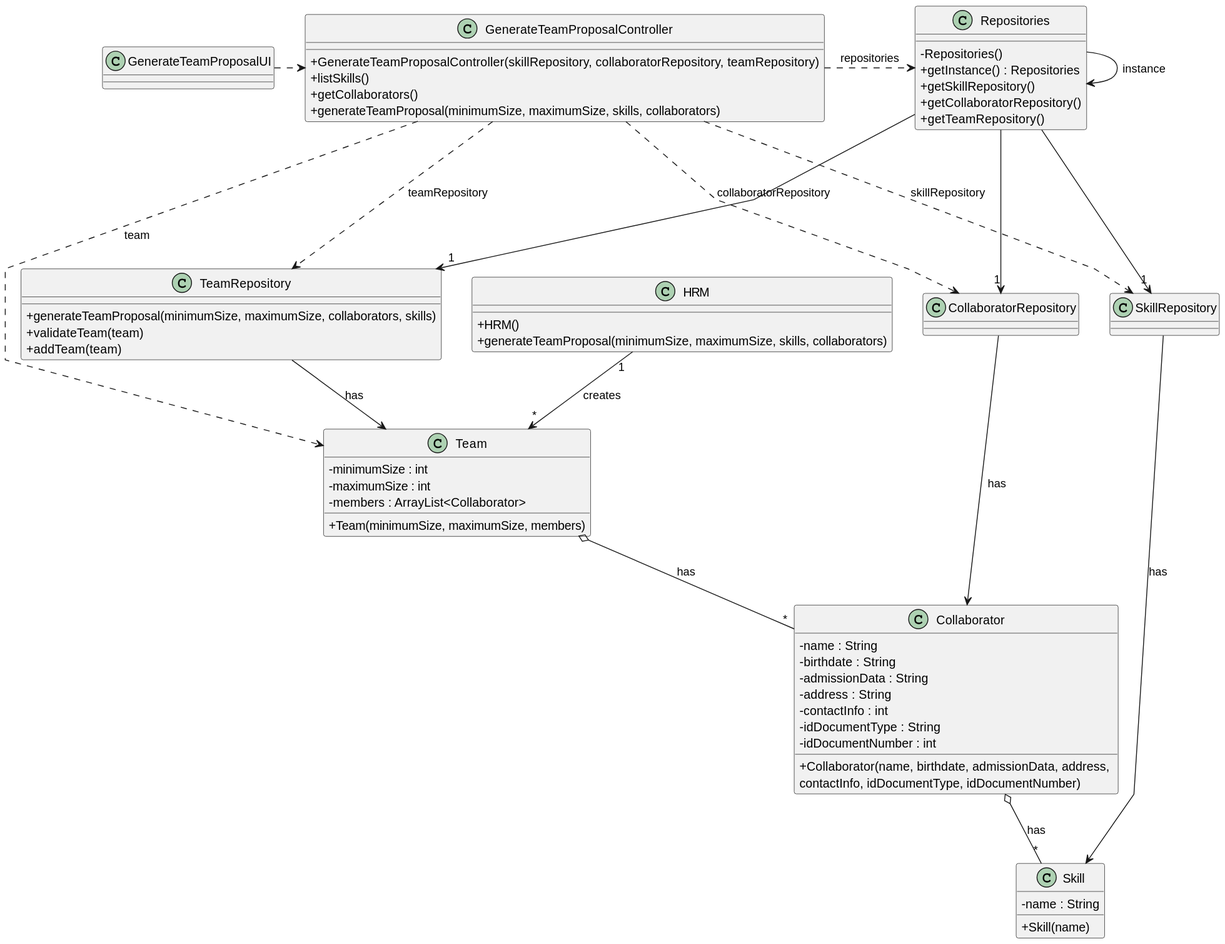
Earlier version of the PlantUML export docs/sprintB/us005/03.design/svg/us005-class-diagram.svg (diogoveirospro/lei-24-s2-1dg-g072).
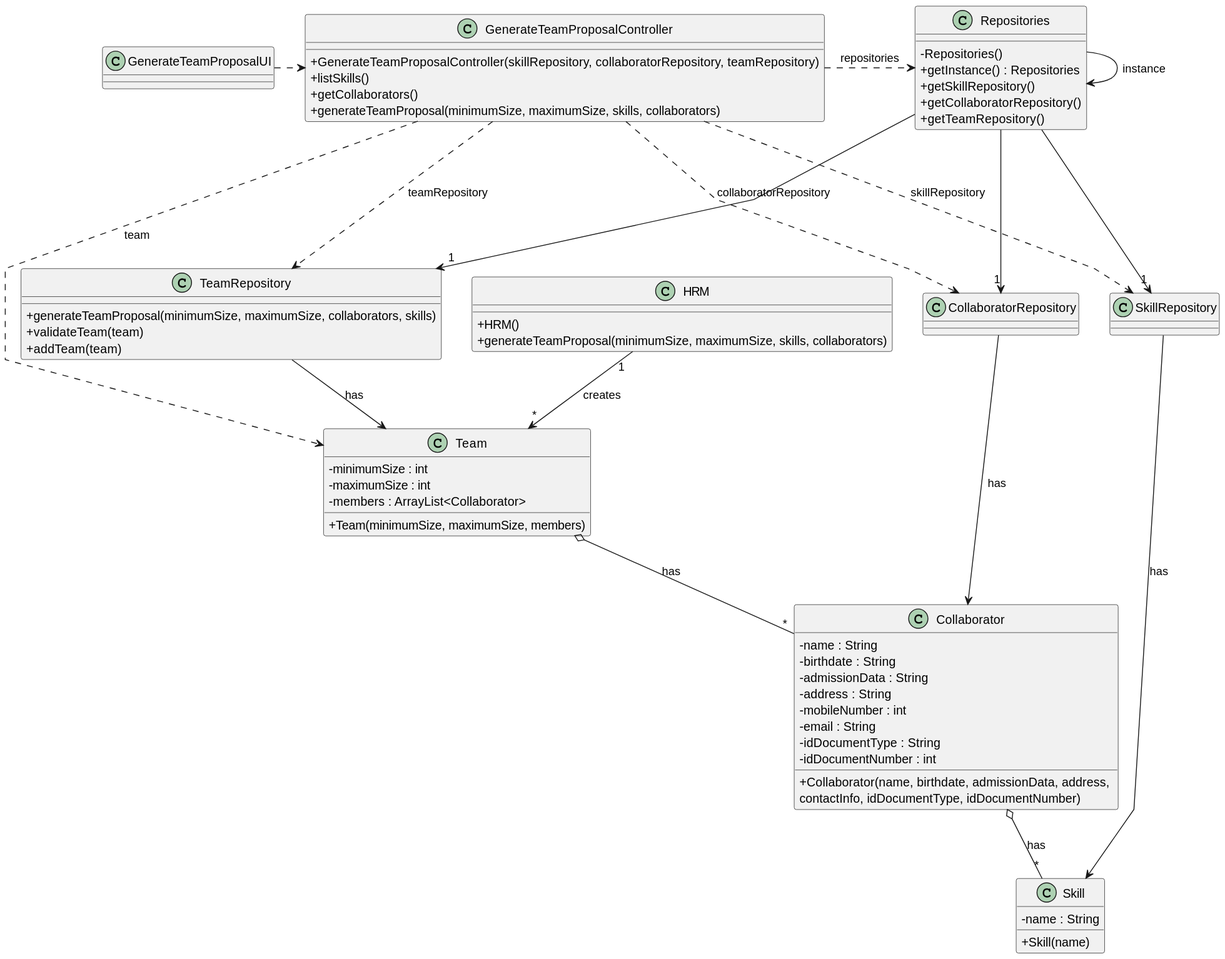
The same file after the commit.

Commit message:
US05 Domain Model and Class Diagram

Diff of the diagram source:
```diff
@@ -57,7 +57,8 @@
     - birthdate : String
     - admissionData : String
     - address : String
-    - contactInfo : int
+    - mobileNumber : int
+    - email : String
     - idDocumentType : String
     - idDocumentNumber : int
     + Collaborator(name, birthdate, admissionData, address, \ncontactInfo, idDocumentType, idDocumentNumber)
```
